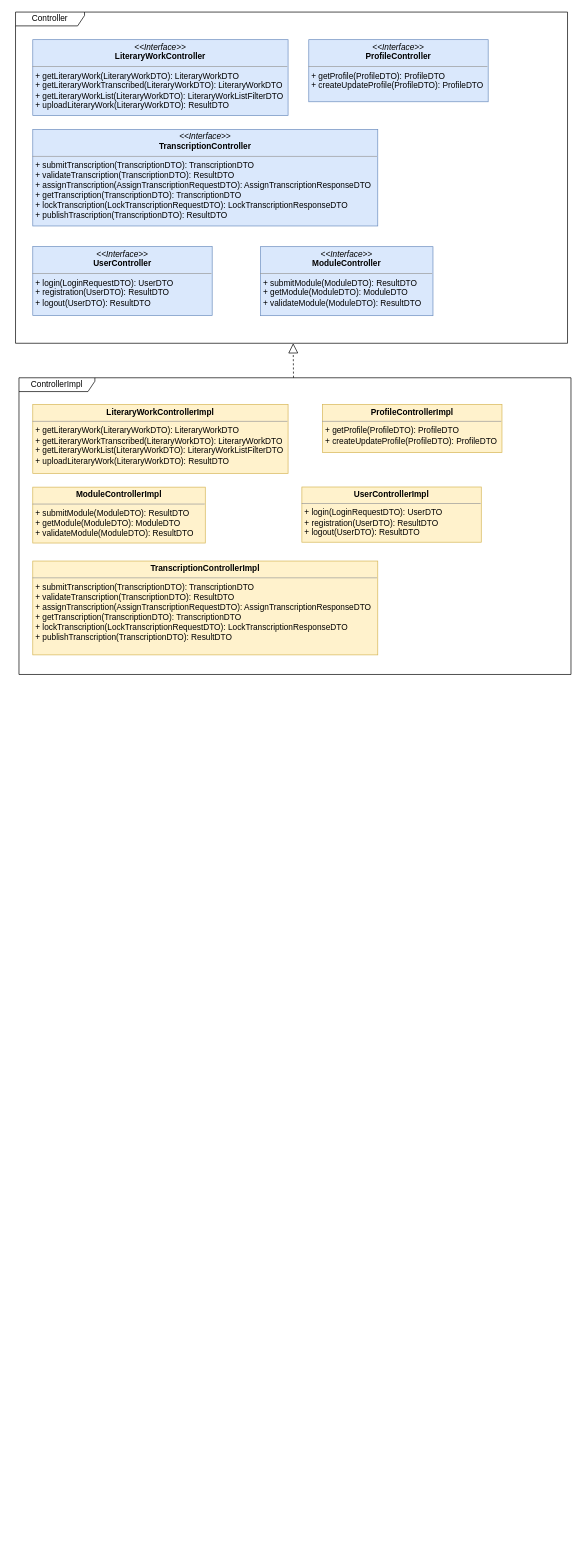
giodag/eagleLibrary keeps this draw.io diagram as doc/Models/MVC Diagrams/Controller Package Diagram.drawio. Above is the earlier version. Source tidied: cells renumbered, new cells numbered last; positions are measured from the earlier drawing's top-left corner, leaving out a move shared by most shapes. Both pictures are drawn from the tidied source at 69%, with x=0, y=0 at pixel (15, 12).
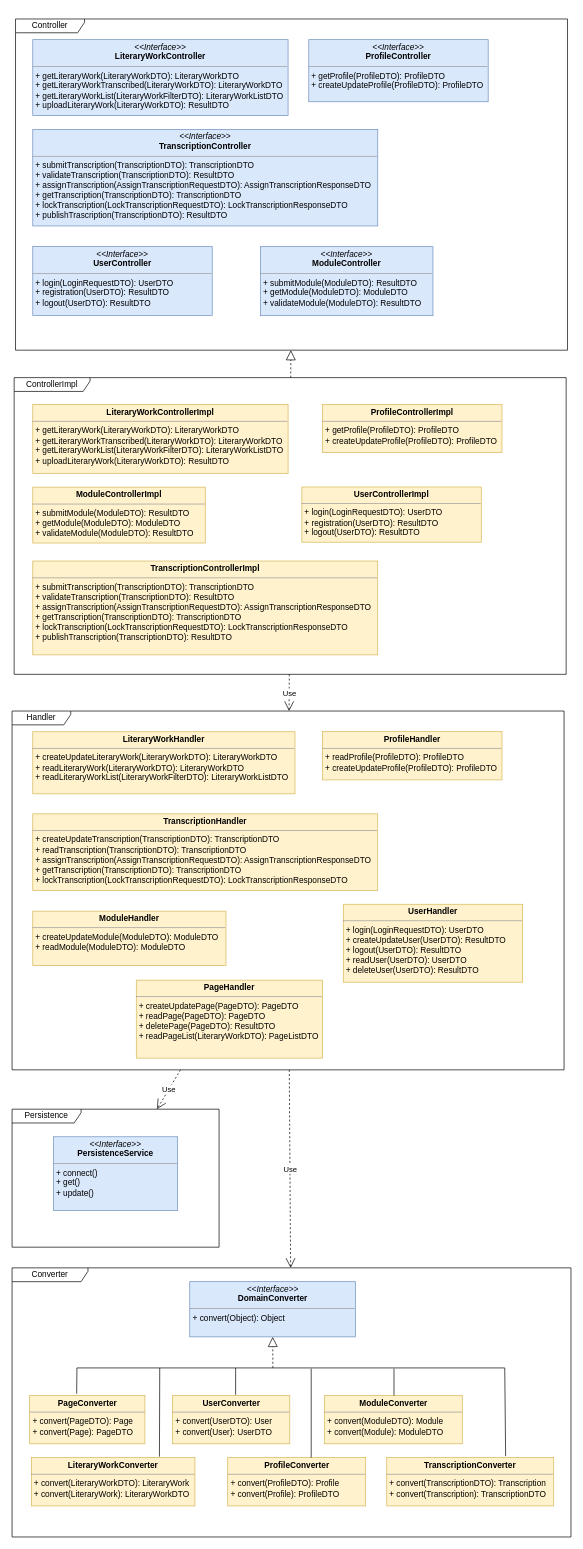
After the change.

The edit, as a diff of the source:
```diff
@@
-    <mxCell id="2" value="&lt;p style=&quot;margin: 0px ; margin-top: 4px ; text-align: center&quot;&gt;&lt;i&gt;&amp;lt;&amp;lt;Interface&amp;gt;&amp;gt;&lt;/i&gt;&lt;br&gt;&lt;b&gt;LiteraryWorkController&lt;/b&gt;&lt;/p&gt;&lt;hr size=&quot;1&quot;&gt;&lt;p style=&quot;margin: 0px ; margin-left: 4px&quot;&gt;+ getLiteraryWork(LiteraryWorkDTO): LiteraryWorkDTO&lt;br&gt;+ getLiteraryWorkTranscribed(LiteraryWorkDTO): LiteraryWorkDTO&lt;/p&gt;&lt;p style=&quot;margin: 0px ; margin-left: 4px&quot;&gt;+ getLiteraryWorkList(LiteraryWorkDTO): LiteraryWorkListFilterDTO&lt;/p&gt;&lt;p style=&quot;margin: 0px ; margin-left: 4px&quot;&gt;+&amp;nbsp;uploadLiteraryWork(LiteraryWorkDTO):&amp;nbsp;ResultDTO&lt;/p&gt;&lt;p&gt;&lt;br&gt;&lt;/p&gt;" style="verticalAlign=top;align=left;overflow=fill;fontSize=12;fontFamily=Helvetica;html=1;fillColor=#dae8fc;strokeColor=#6c8ebf;" parent="1" vertex="1">
+    <mxCell id="2" value="&lt;p style=&quot;margin: 0px ; margin-top: 4px ; text-align: center&quot;&gt;&lt;i&gt;&amp;lt;&amp;lt;Interface&amp;gt;&amp;gt;&lt;/i&gt;&lt;br&gt;&lt;b&gt;LiteraryWorkController&lt;/b&gt;&lt;/p&gt;&lt;hr size=&quot;1&quot;&gt;&lt;p style=&quot;margin: 0px ; margin-left: 4px&quot;&gt;+ getLiteraryWork(LiteraryWorkDTO): LiteraryWorkDTO&lt;br&gt;+ getLiteraryWorkTranscribed(LiteraryWorkDTO): LiteraryWorkDTO&lt;/p&gt;&lt;p style=&quot;margin: 0px ; margin-left: 4px&quot;&gt;+ getLiteraryWorkList(LiteraryWorkFilterDTO): LiteraryWorkListDTO&lt;/p&gt;&lt;p style=&quot;margin: 0px ; margin-left: 4px&quot;&gt;+&amp;nbsp;uploadLiteraryWork(LiteraryWorkDTO):&amp;nbsp;ResultDTO&lt;/p&gt;&lt;p&gt;&lt;br&gt;&lt;/p&gt;" style="verticalAlign=top;align=left;overflow=fill;fontSize=12;fontFamily=Helvetica;html=1;fillColor=#dae8fc;strokeColor=#6c8ebf;" parent="1" vertex="1">
       <mxGeometry x="25" y="40" width="370" height="110" as="geometry" />
     </mxCell>
-    <mxCell id="3" value="&lt;p style=&quot;margin: 0px ; margin-top: 4px ; text-align: center&quot;&gt;&lt;b&gt;LiteraryWorkControllerImpl&lt;/b&gt;&lt;/p&gt;&lt;hr size=&quot;1&quot;&gt;&lt;p style=&quot;margin: 0px ; margin-left: 4px&quot;&gt;&lt;span&gt;+ getLiteraryWork(LiteraryWorkDTO): LiteraryWorkDTO&lt;/span&gt;&lt;/p&gt;&lt;p style=&quot;margin: 0px ; margin-left: 4px&quot;&gt;+ getLiteraryWorkTranscribed(LiteraryWorkDTO): LiteraryWorkDTO&lt;span&gt;&lt;br&gt;&lt;/span&gt;&lt;/p&gt;&lt;p style=&quot;margin: 0px ; margin-left: 4px&quot;&gt;&lt;span&gt;+ getLiteraryWorkList(LiteraryWorkDTO): LiteraryWorkListFilterDTO&lt;/span&gt;&lt;/p&gt;&lt;p style=&quot;margin: 0px ; margin-left: 4px&quot;&gt;&lt;span&gt;+&amp;nbsp;uploadLiteraryWork(LiteraryWorkDTO):&amp;nbsp;ResultDTO&lt;/span&gt;&lt;/p&gt;&lt;div&gt;&lt;span&gt;&lt;br&gt;&lt;/span&gt;&lt;/div&gt;&lt;div&gt;&lt;span&gt;&lt;br&gt;&lt;/span&gt;&lt;/div&gt;&lt;p&gt;&lt;span&gt;&lt;br&gt;&lt;/span&gt;&lt;/p&gt;&lt;p&gt;&lt;span&gt;&lt;br&gt;&lt;/span&gt;&lt;/p&gt;&lt;p&gt;&lt;span&gt;&lt;br&gt;&lt;/span&gt;&lt;/p&gt;&lt;p&gt;&lt;br&gt;&lt;/p&gt;&lt;p&gt;&lt;br&gt;&lt;/p&gt;&lt;p&gt;&lt;br&gt;&lt;/p&gt;" style="verticalAlign=top;align=left;overflow=fill;fontSize=12;fontFamily=Helvetica;html=1;fillColor=#fff2cc;strokeColor=#d6b656;" parent="1" vertex="1">
+    <mxCell id="3" value="&lt;p style=&quot;margin: 0px ; margin-top: 4px ; text-align: center&quot;&gt;&lt;b&gt;LiteraryWorkControllerImpl&lt;/b&gt;&lt;/p&gt;&lt;hr size=&quot;1&quot;&gt;&lt;p style=&quot;margin: 0px ; margin-left: 4px&quot;&gt;&lt;span&gt;+ getLiteraryWork(LiteraryWorkDTO): LiteraryWorkDTO&lt;/span&gt;&lt;/p&gt;&lt;p style=&quot;margin: 0px ; margin-left: 4px&quot;&gt;+ getLiteraryWorkTranscribed(LiteraryWorkDTO): LiteraryWorkDTO&lt;span&gt;&lt;br&gt;&lt;/span&gt;&lt;/p&gt;&lt;p style=&quot;margin: 0px ; margin-left: 4px&quot;&gt;&lt;span&gt;+ getLiteraryWorkList(LiteraryWorkFilterDTO): LiteraryWorkListDTO&lt;/span&gt;&lt;/p&gt;&lt;p style=&quot;margin: 0px ; margin-left: 4px&quot;&gt;&lt;span&gt;+&amp;nbsp;uploadLiteraryWork(LiteraryWorkDTO):&amp;nbsp;ResultDTO&lt;/span&gt;&lt;/p&gt;&lt;div&gt;&lt;span&gt;&lt;br&gt;&lt;/span&gt;&lt;/div&gt;&lt;div&gt;&lt;span&gt;&lt;br&gt;&lt;/span&gt;&lt;/div&gt;&lt;p&gt;&lt;span&gt;&lt;br&gt;&lt;/span&gt;&lt;/p&gt;&lt;p&gt;&lt;span&gt;&lt;br&gt;&lt;/span&gt;&lt;/p&gt;&lt;p&gt;&lt;span&gt;&lt;br&gt;&lt;/span&gt;&lt;/p&gt;&lt;p&gt;&lt;br&gt;&lt;/p&gt;&lt;p&gt;&lt;br&gt;&lt;/p&gt;&lt;p&gt;&lt;br&gt;&lt;/p&gt;" style="verticalAlign=top;align=left;overflow=fill;fontSize=12;fontFamily=Helvetica;html=1;fillColor=#fff2cc;strokeColor=#d6b656;" parent="1" vertex="1">
       <mxGeometry x="25" y="568.5" width="370" height="100" as="geometry" />
     </mxCell>
@@
     <mxCell id="12" value="Controller" style="shape=umlFrame;whiteSpace=wrap;html=1;width=100;height=20;" parent="1" vertex="1">
-      <mxGeometry width="800" height="480" as="geometry" />
+      <mxGeometry y="10" width="800" height="480" as="geometry" />
     </mxCell>
     <mxCell id="13" value="ControllerImpl" style="shape=umlFrame;whiteSpace=wrap;html=1;width=110;height=20;" parent="1" vertex="1">
-      <mxGeometry x="5" y="530" width="800" height="430" as="geometry" />
+      <mxGeometry x="-2" y="529.8" width="800" height="430" as="geometry" />
     </mxCell>
@@
+    <mxCell id="15" value="&lt;p style=&quot;margin: 0px ; margin-top: 4px ; text-align: center&quot;&gt;&lt;b&gt;LiteraryWorkHandler&lt;/b&gt;&lt;/p&gt;&lt;hr size=&quot;1&quot;&gt;&lt;p style=&quot;margin: 0px ; margin-left: 4px&quot;&gt;&lt;span&gt;+ createUpdateLiteraryWork(LiteraryWorkDTO): LiteraryWorkDTO&lt;/span&gt;&lt;/p&gt;&lt;p style=&quot;margin: 0px ; margin-left: 4px&quot;&gt;+ readLiteraryWork(LiteraryWorkDTO): LiteraryWorkDTO&lt;span&gt;&lt;br&gt;&lt;/span&gt;&lt;/p&gt;&lt;p style=&quot;margin: 0px ; margin-left: 4px&quot;&gt;&lt;span&gt;+ readLiteraryWorkList(LiteraryWorkFilterDTO): LiteraryWorkListDTO&lt;/span&gt;&lt;/p&gt;&lt;p&gt;&lt;br&gt;&lt;/p&gt;" style="verticalAlign=top;align=left;overflow=fill;fontSize=12;fontFamily=Helvetica;html=1;fillColor=#fff2cc;strokeColor=#d6b656;" parent="1" vertex="1">
+      <mxGeometry x="25" y="1043" width="380" height="90" as="geometry" />
+    </mxCell>
+    <mxCell id="16" value="&lt;p style=&quot;margin: 0px ; margin-top: 4px ; text-align: center&quot;&gt;&lt;b&gt;ProfileHandler&lt;/b&gt;&lt;/p&gt;&lt;hr size=&quot;1&quot;&gt;&lt;p style=&quot;margin: 0px ; margin-left: 4px&quot;&gt;+ readProfile(ProfileDTO): ProfileDTO&lt;br&gt;+ createUpdateProfile(ProfileDTO): ProfileDTO&lt;/p&gt;" style="verticalAlign=top;align=left;overflow=fill;fontSize=12;fontFamily=Helvetica;html=1;fillColor=#fff2cc;strokeColor=#d6b656;" parent="1" vertex="1">
+      <mxGeometry x="445" y="1042.8" width="260" height="70" as="geometry" />
+    </mxCell>
+    <mxCell id="17" value="&lt;p style=&quot;margin: 0px ; margin-top: 4px ; text-align: center&quot;&gt;&lt;b&gt;TranscriptionHandler&lt;/b&gt;&lt;/p&gt;&lt;hr size=&quot;1&quot;&gt;&lt;p style=&quot;margin: 0px ; margin-left: 4px&quot;&gt;&lt;span&gt;+ createUpdate&lt;/span&gt;Transcription(TranscriptionDTO)&lt;span&gt;: TranscriptionDTO&lt;/span&gt;&lt;/p&gt;&lt;p style=&quot;margin: 0px ; margin-left: 4px&quot;&gt;+ readTranscription(TranscriptionDTO): TranscriptionDTO&lt;/p&gt;&lt;p style=&quot;margin: 0px ; margin-left: 4px&quot;&gt;&lt;span&gt;+&amp;nbsp;&lt;/span&gt;&lt;span&gt;assignTranscription(AssignTranscriptionRequestDTO): AssignTranscriptionResponse&lt;/span&gt;&lt;span&gt;DTO&lt;/span&gt;&lt;/p&gt;&lt;p style=&quot;margin: 0px ; margin-left: 4px&quot;&gt;&lt;span&gt;+&amp;nbsp;&lt;/span&gt;&lt;span&gt;getTranscription(TranscriptionDTO): Transcription&lt;/span&gt;&lt;span&gt;DTO&lt;/span&gt;&lt;/p&gt;&lt;p style=&quot;margin: 0px ; margin-left: 4px&quot;&gt;&lt;span&gt;+ lockTranscription(LockTranscriptionRequestDTO&lt;/span&gt;&lt;span&gt;): LockTranscriptionResponseDTO&lt;/span&gt;&lt;/p&gt;&lt;p&gt;&lt;span&gt;&lt;br&gt;&lt;/span&gt;&lt;/p&gt;&lt;p&gt;&lt;br&gt;&lt;/p&gt;&lt;p&gt;&lt;br&gt;&lt;/p&gt;&lt;p&gt;&lt;br&gt;&lt;/p&gt;" style="verticalAlign=top;align=left;overflow=fill;fontSize=12;fontFamily=Helvetica;html=1;fillColor=#fff2cc;strokeColor=#d6b656;" parent="1" vertex="1">
+      <mxGeometry x="25" y="1162" width="500" height="111" as="geometry" />
+    </mxCell>
+    <mxCell id="18" value="&lt;p style=&quot;margin: 0px ; margin-top: 4px ; text-align: center&quot;&gt;&lt;b&gt;ModuleHandler&lt;/b&gt;&lt;/p&gt;&lt;hr size=&quot;1&quot;&gt;&lt;p style=&quot;margin: 0px ; margin-left: 4px&quot;&gt;&lt;span&gt;+ createUpdateModule(ModuleDTO): ModuleDTO&lt;/span&gt;&lt;/p&gt;&lt;p style=&quot;margin: 0px ; margin-left: 4px&quot;&gt;&lt;span&gt;+ readModule(ModuleDTO): ModuleDTO&lt;/span&gt;&lt;/p&gt;&lt;p&gt;&lt;br&gt;&lt;/p&gt;&lt;p&gt;&lt;br&gt;&lt;/p&gt;" style="verticalAlign=top;align=left;overflow=fill;fontSize=12;fontFamily=Helvetica;html=1;fillColor=#fff2cc;strokeColor=#d6b656;" parent="1" vertex="1">
+      <mxGeometry x="25" y="1303" width="280" height="79" as="geometry" />
+    </mxCell>
+    <mxCell id="19" value="&lt;p style=&quot;margin: 0px ; margin-top: 4px ; text-align: center&quot;&gt;&lt;b&gt;UserHandler&lt;/b&gt;&lt;/p&gt;&lt;hr size=&quot;1&quot;&gt;&lt;p style=&quot;margin: 0px ; margin-left: 4px&quot;&gt;&lt;span&gt;+ login(&lt;/span&gt;LoginRequestDTO&lt;span&gt;): UserDTO&lt;/span&gt;&lt;/p&gt;&lt;p style=&quot;margin: 0px ; margin-left: 4px&quot;&gt;&lt;span&gt;+ createUpdateUser(UserDTO): ResultDTO&lt;/span&gt;&lt;/p&gt;&lt;p style=&quot;margin: 0px ; margin-left: 4px&quot;&gt;&lt;span&gt;+ logout(UserDTO): ResultDTO&lt;/span&gt;&lt;/p&gt;&lt;p style=&quot;margin: 0px ; margin-left: 4px&quot;&gt;&lt;span&gt;+ readUser(UserDTO): UserDTO&lt;/span&gt;&lt;/p&gt;&lt;p style=&quot;margin: 0px ; margin-left: 4px&quot;&gt;&lt;span&gt;+ deleteUser(UserDTO): ResultDTO&lt;/span&gt;&lt;/p&gt;&lt;p&gt;&lt;br&gt;&lt;/p&gt;" style="verticalAlign=top;align=left;overflow=fill;fontSize=12;fontFamily=Helvetica;html=1;fillColor=#fff2cc;strokeColor=#d6b656;" parent="1" vertex="1">
+      <mxGeometry x="475" y="1293" width="260" height="113" as="geometry" />
+    </mxCell>
+    <mxCell id="20" value="&lt;p style=&quot;margin: 0px ; margin-top: 4px ; text-align: center&quot;&gt;&lt;b&gt;PageHandler&lt;/b&gt;&lt;/p&gt;&lt;hr size=&quot;1&quot;&gt;&lt;p style=&quot;margin: 0px ; margin-left: 4px&quot;&gt;&lt;span&gt;+ createUpdatePage(PageDTO): PageDTO&lt;/span&gt;&lt;br&gt;&lt;/p&gt;&lt;p style=&quot;margin: 0px ; margin-left: 4px&quot;&gt;&lt;span&gt;+ readPage(PageDTO): PageDTO&lt;/span&gt;&lt;/p&gt;&lt;p style=&quot;margin: 0px ; margin-left: 4px&quot;&gt;&lt;span&gt;+ deletePage(PageDTO): ResultDTO&lt;/span&gt;&lt;/p&gt;&lt;p style=&quot;margin: 0px ; margin-left: 4px&quot;&gt;&lt;span&gt;+ readPageList(LiteraryWorkDTO): PageListDTO&lt;/span&gt;&lt;/p&gt;&lt;p&gt;&lt;br&gt;&lt;/p&gt;" style="verticalAlign=top;align=left;overflow=fill;fontSize=12;fontFamily=Helvetica;html=1;fillColor=#fff2cc;strokeColor=#d6b656;" parent="1" vertex="1">
+      <mxGeometry x="175" y="1403" width="270" height="113" as="geometry" />
+    </mxCell>
+    <mxCell id="21" value="Handler" style="shape=umlFrame;whiteSpace=wrap;html=1;width=85;height=20;" parent="1" vertex="1">
+      <mxGeometry x="-5" y="1013" width="800" height="520" as="geometry" />
+    </mxCell>
+    <mxCell id="22" value="Use" style="endArrow=open;endSize=12;dashed=1;html=1;" parent="1" edge="1" source="13" target="21">
+      <mxGeometry relative="1" as="geometry" />
+    </mxCell>
+    <mxCell id="23" value="&lt;p style=&quot;margin: 0px ; margin-top: 4px ; text-align: center&quot;&gt;&lt;i&gt;&amp;lt;&amp;lt;Interface&amp;gt;&amp;gt;&lt;/i&gt;&lt;br&gt;&lt;b&gt;PersistenceService&lt;/b&gt;&lt;/p&gt;&lt;hr size=&quot;1&quot;&gt;&lt;p style=&quot;margin: 0px ; margin-left: 4px&quot;&gt;+ connect()&lt;br&gt;+ get()&lt;/p&gt;&lt;p style=&quot;margin: 0px ; margin-left: 4px&quot;&gt;+ update()&lt;/p&gt;" style="verticalAlign=top;align=left;overflow=fill;fontSize=12;fontFamily=Helvetica;html=1;fillColor=#dae8fc;strokeColor=#6c8ebf;" parent="1" vertex="1">
+      <mxGeometry x="55" y="1630" width="180" height="107" as="geometry" />
+    </mxCell>
+    <mxCell id="24" value="Use" style="endArrow=open;endSize=12;dashed=1;html=1;" parent="1" edge="1" source="21" target="25">
+      <mxGeometry relative="1" as="geometry" />
+    </mxCell>
+    <mxCell id="25" value="Persistence" style="shape=umlFrame;whiteSpace=wrap;html=1;width=100;height=20;" parent="1" vertex="1">
+      <mxGeometry x="-5" y="1590" width="300" height="200" as="geometry" />
+    </mxCell>
+    <mxCell id="26" value="&lt;p style=&quot;margin: 0px ; margin-top: 4px ; text-align: center&quot;&gt;&lt;i&gt;&amp;lt;&amp;lt;Interface&amp;gt;&amp;gt;&lt;/i&gt;&lt;br&gt;&lt;b&gt;DomainConverter&lt;/b&gt;&lt;/p&gt;&lt;hr size=&quot;1&quot;&gt;&lt;p style=&quot;margin: 0px ; margin-left: 4px&quot;&gt;+ convert(Object): Object&lt;br&gt;&lt;/p&gt;" style="verticalAlign=top;align=left;overflow=fill;fontSize=12;fontFamily=Helvetica;html=1;fillColor=#dae8fc;strokeColor=#6c8ebf;" parent="1" vertex="1">
+      <mxGeometry x="252.5" y="1840" width="240" height="80" as="geometry" />
+    </mxCell>
+    <mxCell id="27" value="&lt;p style=&quot;margin: 0px ; margin-top: 4px ; text-align: center&quot;&gt;&lt;b&gt;PageConverter&lt;/b&gt;&lt;/p&gt;&lt;hr size=&quot;1&quot;&gt;&lt;p style=&quot;margin: 0px ; margin-left: 4px&quot;&gt;+ convert(PageDTO): Page&lt;/p&gt;&lt;p style=&quot;margin: 0px ; margin-left: 4px&quot;&gt;+ convert(Page): PageDTO&lt;/p&gt;" style="verticalAlign=top;align=left;overflow=fill;fontSize=12;fontFamily=Helvetica;html=1;fillColor=#fff2cc;strokeColor=#d6b656;" parent="1" vertex="1">
+      <mxGeometry x="20.5" y="2005" width="167" height="70" as="geometry" />
+    </mxCell>
+    <mxCell id="28" value="&lt;p style=&quot;margin: 0px ; margin-top: 4px ; text-align: center&quot;&gt;&lt;b&gt;LiteraryWorkConverter&lt;/b&gt;&lt;/p&gt;&lt;hr size=&quot;1&quot;&gt;&lt;p style=&quot;margin: 0px ; margin-left: 4px&quot;&gt;+ convert(LiteraryWorkDTO): LiteraryWork&lt;/p&gt;&lt;p style=&quot;margin: 0px ; margin-left: 4px&quot;&gt;&lt;span&gt;+ convert(&lt;/span&gt;LiteraryWork&lt;span&gt;): LiteraryWorkDTO&lt;/span&gt;&lt;/p&gt;" style="verticalAlign=top;align=left;overflow=fill;fontSize=12;fontFamily=Helvetica;html=1;fillColor=#fff2cc;strokeColor=#d6b656;" parent="1" vertex="1">
+      <mxGeometry x="23" y="2095" width="237" height="70" as="geometry" />
+    </mxCell>
+    <mxCell id="29" value="&lt;p style=&quot;margin: 0px ; margin-top: 4px ; text-align: center&quot;&gt;&lt;b&gt;UserConverter&lt;/b&gt;&lt;/p&gt;&lt;hr size=&quot;1&quot;&gt;&lt;p style=&quot;margin: 0px ; margin-left: 4px&quot;&gt;+ convert(UserDTO): User&lt;/p&gt;&lt;p style=&quot;margin: 0px ; margin-left: 4px&quot;&gt;+ convert(User): UserDTO&lt;/p&gt;" style="verticalAlign=top;align=left;overflow=fill;fontSize=12;fontFamily=Helvetica;html=1;fillColor=#fff2cc;strokeColor=#d6b656;" parent="1" vertex="1">
+      <mxGeometry x="227.5" y="2005" width="170" height="70" as="geometry" />
+    </mxCell>
+    <mxCell id="30" value="&lt;p style=&quot;margin: 0px ; margin-top: 4px ; text-align: center&quot;&gt;&lt;b&gt;ModuleConverter&lt;/b&gt;&lt;/p&gt;&lt;hr size=&quot;1&quot;&gt;&lt;p style=&quot;margin: 0px ; margin-left: 4px&quot;&gt;+ convert(ModuleDTO): Module&lt;/p&gt;&lt;p style=&quot;margin: 0px ; margin-left: 4px&quot;&gt;+ convert(Module): ModuleDTO&lt;/p&gt;" style="verticalAlign=top;align=left;overflow=fill;fontSize=12;fontFamily=Helvetica;html=1;fillColor=#fff2cc;strokeColor=#d6b656;" parent="1" vertex="1">
+      <mxGeometry x="447.5" y="2005" width="200" height="70" as="geometry" />
+    </mxCell>
+    <mxCell id="31" value="&lt;p style=&quot;margin: 0px ; margin-top: 4px ; text-align: center&quot;&gt;&lt;b&gt;ProfileConverter&lt;/b&gt;&lt;/p&gt;&lt;hr size=&quot;1&quot;&gt;&lt;p style=&quot;margin: 0px ; margin-left: 4px&quot;&gt;+ convert(ProfileDTO): Profile&lt;/p&gt;&lt;p style=&quot;margin: 0px ; margin-left: 4px&quot;&gt;+ convert(Profile): ProfileDTO&lt;/p&gt;" style="verticalAlign=top;align=left;overflow=fill;fontSize=12;fontFamily=Helvetica;html=1;fillColor=#fff2cc;strokeColor=#d6b656;" parent="1" vertex="1">
+      <mxGeometry x="307.5" y="2095" width="200" height="70" as="geometry" />
+    </mxCell>
+    <mxCell id="32" value="&lt;p style=&quot;margin: 0px ; margin-top: 4px ; text-align: center&quot;&gt;&lt;b&gt;TranscriptionConverter&lt;/b&gt;&lt;/p&gt;&lt;hr size=&quot;1&quot;&gt;&lt;p style=&quot;margin: 0px ; margin-left: 4px&quot;&gt;+ convert(TranscriptionDTO): Transcription&lt;/p&gt;&lt;p style=&quot;margin: 0px ; margin-left: 4px&quot;&gt;&lt;span&gt;+ convert(&lt;/span&gt;Transcription&lt;span&gt;): TranscriptionDTO&lt;/span&gt;&lt;/p&gt;" style="verticalAlign=top;align=left;overflow=fill;fontSize=12;fontFamily=Helvetica;html=1;fillColor=#fff2cc;strokeColor=#d6b656;" parent="1" vertex="1">
+      <mxGeometry x="538" y="2095" width="242" height="70" as="geometry" />
+    </mxCell>
+    <mxCell id="33" style="endArrow=none;html=1;" parent="1" edge="1">
+      <mxGeometry relative="1" as="geometry">
+        <mxPoint x="89" y="1965" as="sourcePoint" />
+        <mxPoint x="709" y="1965" as="targetPoint" />
+      </mxGeometry>
+    </mxCell>
+    <mxCell id="34" style="endArrow=none;html=1;exitX=0.408;exitY=-0.037;exitDx=0;exitDy=0;exitPerimeter=0;" parent="1" edge="1" source="27">
+      <mxGeometry relative="1" as="geometry">
+        <mxPoint x="89" y="1965" as="targetPoint" />
+      </mxGeometry>
+    </mxCell>
+    <mxCell id="35" style="endArrow=none;html=1;exitX=0.712;exitY=-0.031;exitDx=0;exitDy=0;exitPerimeter=0;" parent="1" edge="1" source="32">
+      <mxGeometry relative="1" as="geometry">
+        <mxPoint x="709" y="1965" as="targetPoint" />
+      </mxGeometry>
+    </mxCell>
+    <mxCell id="36" style="endArrow=none;html=1;exitX=0.783;exitY=-0.02;exitDx=0;exitDy=0;exitPerimeter=0;" parent="1" edge="1" source="28">
+      <mxGeometry relative="1" as="geometry">
+        <mxPoint x="209" y="1965" as="targetPoint" />
+      </mxGeometry>
+    </mxCell>
+    <mxCell id="37" style="endArrow=none;html=1;" parent="1" edge="1">
+      <mxGeometry relative="1" as="geometry">
+        <mxPoint x="319" y="2004" as="sourcePoint" />
+        <mxPoint x="319" y="1965" as="targetPoint" />
+      </mxGeometry>
+    </mxCell>
+    <mxCell id="38" style="endArrow=none;html=1;" parent="1" edge="1">
+      <mxGeometry relative="1" as="geometry">
+        <mxPoint x="548.5" y="2005" as="sourcePoint" />
+        <mxPoint x="548.5" y="1966" as="targetPoint" />
+      </mxGeometry>
+    </mxCell>
+    <mxCell id="39" style="endArrow=none;html=1;exitX=0.783;exitY=-0.02;exitDx=0;exitDy=0;exitPerimeter=0;" parent="1" edge="1">
+      <mxGeometry relative="1" as="geometry">
+        <mxPoint x="428.5" y="2095" as="sourcePoint" />
+        <mxPoint x="428.5" y="1966" as="targetPoint" />
+      </mxGeometry>
+    </mxCell>
+    <mxCell id="40" style="endArrow=block;dashed=1;endFill=0;endSize=12;html=1;" parent="1" edge="1" target="26">
+      <mxGeometry relative="1" as="geometry">
+        <mxPoint x="373" y="1965" as="sourcePoint" />
+      </mxGeometry>
+    </mxCell>
+    <mxCell id="41" value="Converter" style="shape=umlFrame;whiteSpace=wrap;html=1;width=110;height=20;" parent="1" vertex="1">
+      <mxGeometry x="-5" y="1820" width="810" height="390" as="geometry" />
+    </mxCell>
+    <mxCell id="42" value="Use" style="endArrow=open;endSize=12;dashed=1;html=1;" parent="1" edge="1" source="21" target="41">
+      <mxGeometry relative="1" as="geometry" />
+    </mxCell>
```
